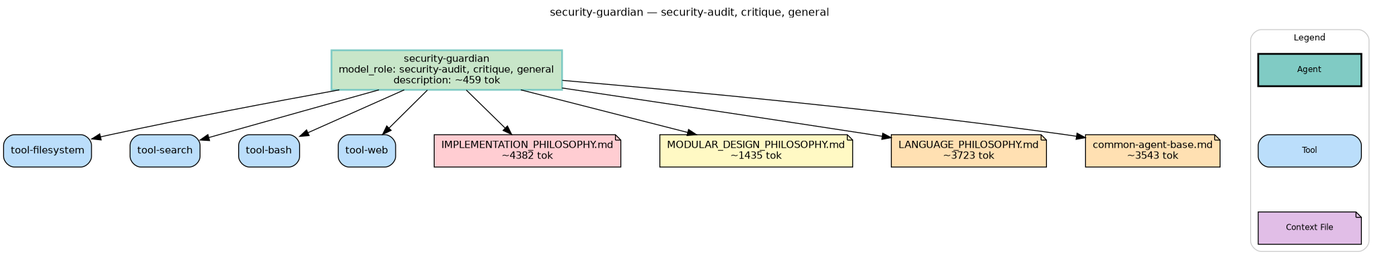
microsoft/amplifier-foundation keeps this Graphviz diagram as agents/security-guardian.png. Above is the earlier version. Its source is kept beside it as agents/security-guardian.dot.
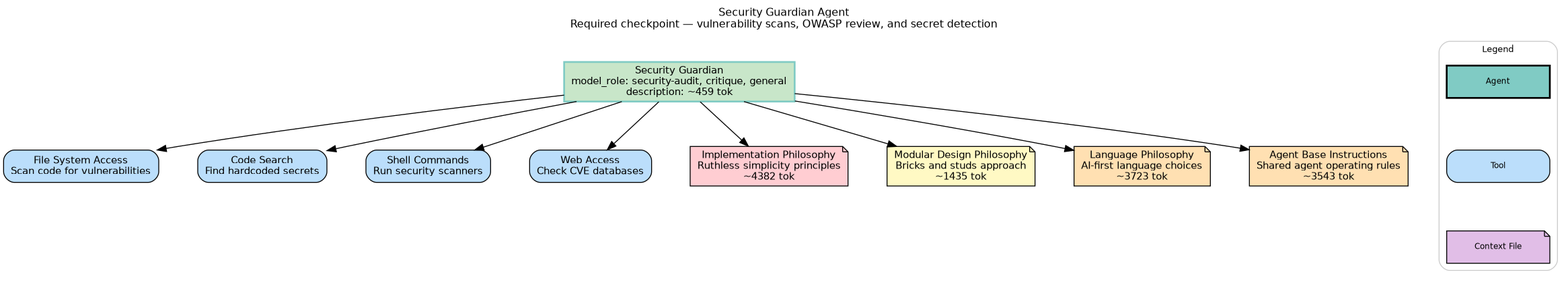
After the commit.

Change to the diagram source:
```diff
@@ -2,7 +2,7 @@
     rankdir=TB
     fontname="Helvetica"
     fontsize=12
-    label="security-guardian — security-audit, critique, general"
+    label="Security Guardian Agent\nRequired checkpoint — vulnerability scans, OWASP review, and secret detection"
     labelloc=t
     labeljust=c
     nodesep=0.6
@@ -13,15 +13,15 @@
     node [fontname="Helvetica", fontsize=11, style="filled,rounded"]
     edge [fontname="Helvetica", fontsize=9]
 
-    agent [label="security-guardian\nmodel_role: security-audit, critique, general\ndescription: ~459 tok", shape=box, fillcolor="#c8e6c9", style="filled,bold", color="#80cbc4"]
-    tool_tool_filesystem [label="tool-filesystem", shape=box, fillcolor="#bbdefb", style="filled,rounded"]
-    tool_tool_search [label="tool-search", shape=box, fillcolor="#bbdefb", style="filled,rounded"]
-    tool_tool_bash [label="tool-bash", shape=box, fillcolor="#bbdefb", style="filled,rounded"]
-    tool_tool_web [label="tool-web", shape=box, fillcolor="#bbdefb", style="filled,rounded"]
-    ctx_foundation_context_IMPLEMENTATION_PHILOSOPHY_md [label="IMPLEMENTATION_PHILOSOPHY.md\n~4382 tok", shape=note, fillcolor="#ffcdd2", style="filled"]
-    ctx_foundation_context_MODULAR_DESIGN_PHILOSOPHY_md [label="MODULAR_DESIGN_PHILOSOPHY.md\n~1435 tok", shape=note, fillcolor="#fff9c4", style="filled"]
-    ctx_foundation_context_LANGUAGE_PHILOSOPHY_md [label="LANGUAGE_PHILOSOPHY.md\n~3723 tok", shape=note, fillcolor="#ffe0b2", style="filled"]
-    ctx_foundation_context_shared_common_agent_base_md [label="common-agent-base.md\n~3543 tok", shape=note, fillcolor="#ffe0b2", style="filled"]
+    agent [label="Security Guardian\nmodel_role: security-audit, critique, general\ndescription: ~459 tok", shape=box, fillcolor="#c8e6c9", style="filled,bold", color="#80cbc4"]
+    tool_tool_filesystem [label="File System Access\nScan code for vulnerabilities", shape=box, fillcolor="#bbdefb", style="filled,rounded"]
+    tool_tool_search [label="Code Search\nFind hardcoded secrets", shape=box, fillcolor="#bbdefb", style="filled,rounded"]
+    tool_tool_bash [label="Shell Commands\nRun security scanners", shape=box, fillcolor="#bbdefb", style="filled,rounded"]
+    tool_tool_web [label="Web Access\nCheck CVE databases", shape=box, fillcolor="#bbdefb", style="filled,rounded"]
+    ctx_foundation_context_IMPLEMENTATION_PHILOSOPHY_md [label="Implementation Philosophy\nRuthless simplicity principles\n~4382 tok", shape=note, fillcolor="#ffcdd2", style="filled"]
+    ctx_foundation_context_MODULAR_DESIGN_PHILOSOPHY_md [label="Modular Design Philosophy\nBricks and studs approach\n~1435 tok", shape=note, fillcolor="#fff9c4", style="filled"]
+    ctx_foundation_context_LANGUAGE_PHILOSOPHY_md [label="Language Philosophy\nAI-first language choices\n~3723 tok", shape=note, fillcolor="#ffe0b2", style="filled"]
+    ctx_foundation_context_shared_common_agent_base_md [label="Agent Base Instructions\nShared agent operating rules\n~3543 tok", shape=note, fillcolor="#ffe0b2", style="filled"]
 
     agent -> tool_tool_filesystem
     agent -> tool_tool_search
```
